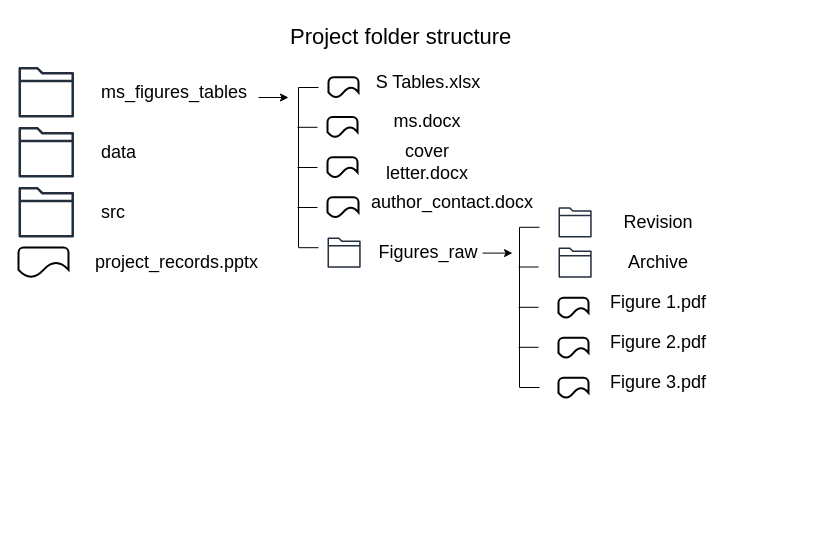
This is Project_structure_LQ.drawio from liqingbioinfo/Presentations_Public, a draw.io file, before an edit. Source tidied: cells renumbered, new cells numbered last; positions are measured from the earlier drawing's top-left corner, leaving out a move shared by most shapes. Both pictures are drawn from the tidied source at 100%, with x=0, y=0 at pixel (18, 17).
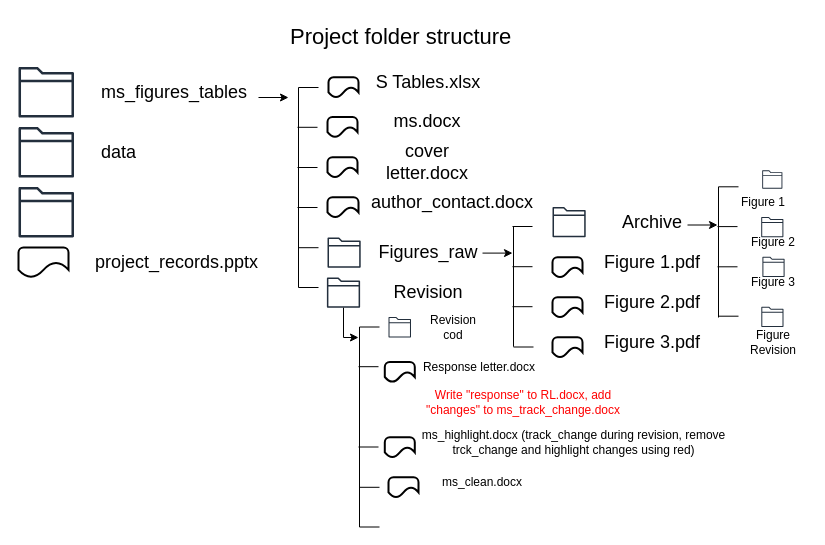
Above is the later version.

Diff of the diagram source:
```diff
@@
-    <mxCell id="10" value="&lt;span style=&quot;font-size: 18px;&quot;&gt;src&lt;/span&gt;" style="text;html=1;whiteSpace=wrap;strokeColor=none;fillColor=none;align=left;verticalAlign=middle;rounded=0;" parent="1" vertex="1">
-      <mxGeometry x="81" y="179.8" width="150" height="30" as="geometry" />
-    </mxCell>
@@
     <mxCell id="13" style="endArrow=none;html=1;rounded=0;entryX=0.28;entryY=1.25;entryDx=0;entryDy=0;entryPerimeter=0;" parent="1" edge="1">
       <mxGeometry relative="1" as="geometry">
-        <mxPoint x="280" y="230" as="sourcePoint" />
+        <mxPoint x="280" y="270" as="sourcePoint" />
         <mxPoint x="280" y="70" as="targetPoint" />
       </mxGeometry>
     </mxCell>
@@
-    <mxCell id="29" style="endArrow=none;html=1;rounded=0;entryX=0.28;entryY=1.25;entryDx=0;entryDy=0;entryPerimeter=0;" parent="1" edge="1">
+    <mxCell id="29" style="endArrow=none;html=1;rounded=0;" parent="1" edge="1">
       <mxGeometry relative="1" as="geometry">
-        <mxPoint x="501" y="369.8" as="sourcePoint" />
-        <mxPoint x="501" y="209.8" as="targetPoint" />
+        <mxPoint x="495" y="329.2" as="sourcePoint" />
+        <mxPoint x="495" y="209.5" as="targetPoint" />
       </mxGeometry>
     </mxCell>
-    <mxCell id="30" style="endArrow=none;html=1;rounded=0;" parent="1" edge="1">
-      <mxGeometry relative="1" as="geometry">
-        <mxPoint x="501" y="209.8" as="sourcePoint" />
-        <mxPoint x="521" y="209.8" as="targetPoint" />
-      </mxGeometry>
-    </mxCell>
     <mxCell id="31" style="endArrow=none;html=1;rounded=0;" parent="1" edge="1">
       <mxGeometry relative="1" as="geometry">
-        <mxPoint x="500" y="249.5" as="sourcePoint" />
-        <mxPoint x="520" y="249.5" as="targetPoint" />
+        <mxPoint x="494" y="209" as="sourcePoint" />
+        <mxPoint x="514" y="209" as="targetPoint" />
       </mxGeometry>
     </mxCell>
     <mxCell id="32" style="endArrow=none;html=1;rounded=0;" parent="1" edge="1">
       <mxGeometry relative="1" as="geometry">
-        <mxPoint x="500" y="289.8" as="sourcePoint" />
-        <mxPoint x="520" y="289.8" as="targetPoint" />
+        <mxPoint x="494" y="249.2" as="sourcePoint" />
+        <mxPoint x="514" y="249.2" as="targetPoint" />
       </mxGeometry>
     </mxCell>
     <mxCell id="33" style="endArrow=none;html=1;rounded=0;" parent="1" edge="1">
       <mxGeometry relative="1" as="geometry">
-        <mxPoint x="500" y="329.8" as="sourcePoint" />
-        <mxPoint x="520" y="329.8" as="targetPoint" />
+        <mxPoint x="494" y="289.2" as="sourcePoint" />
+        <mxPoint x="514" y="289.2" as="targetPoint" />
       </mxGeometry>
     </mxCell>
     <mxCell id="34" style="endArrow=none;html=1;rounded=0;" parent="1" edge="1">
       <mxGeometry relative="1" as="geometry">
-        <mxPoint x="501" y="370" as="sourcePoint" />
-        <mxPoint x="521" y="370" as="targetPoint" />
+        <mxPoint x="495" y="329.5" as="sourcePoint" />
+        <mxPoint x="515" y="329.5" as="targetPoint" />
       </mxGeometry>
     </mxCell>
@@
-    <mxCell id="36" style="sketch=0;fontColor=#232F3E;gradientColor=none;fillColor=#232F3D;strokeColor=none;dashed=0;verticalLabelPosition=bottom;verticalAlign=top;align=center;html=1;fontSize=12;fontStyle=0;shape=mxgraph.aws4.folder;" parent="1" vertex="1">
-      <mxGeometry x="540" y="189.8" width="33.2" height="30.2" as="geometry" />
-    </mxCell>
-    <mxCell id="37" value="&lt;span style=&quot;font-size: 18px;&quot;&gt;Revision&lt;/span&gt;" style="text;html=1;whiteSpace=wrap;strokeColor=none;fillColor=none;align=center;verticalAlign=middle;rounded=0;" parent="1" vertex="1">
-      <mxGeometry x="580" y="190" width="120" height="30" as="geometry" />
-    </mxCell>
     <mxCell id="38" style="sketch=0;fontColor=#232F3E;gradientColor=none;fillColor=#232F3D;strokeColor=none;dashed=0;verticalLabelPosition=bottom;verticalAlign=top;align=center;html=1;fontSize=12;fontStyle=0;shape=mxgraph.aws4.folder;" parent="1" vertex="1">
-      <mxGeometry x="540" y="230" width="33.2" height="30.2" as="geometry" />
+      <mxGeometry x="534" y="189.5" width="33.2" height="30.2" as="geometry" />
     </mxCell>
     <mxCell id="39" value="&lt;span style=&quot;font-size: 18px;&quot;&gt;Archive&lt;/span&gt;" style="text;html=1;whiteSpace=wrap;strokeColor=none;fillColor=none;align=center;verticalAlign=middle;rounded=0;" parent="1" vertex="1">
-      <mxGeometry x="580" y="230.2" width="120" height="30" as="geometry" />
+      <mxGeometry x="574" y="189.8" width="120" height="30" as="geometry" />
     </mxCell>
     <mxCell id="40" style="strokeWidth=2;html=1;shape=mxgraph.flowchart.document2;whiteSpace=wrap;size=0.5052070617675781;" parent="1" vertex="1">
-      <mxGeometry x="540" y="280.2" width="30" height="20.2" as="geometry" />
+      <mxGeometry x="534" y="239.8" width="30" height="20.2" as="geometry" />
     </mxCell>
     <mxCell id="41" value="&lt;span style=&quot;font-size: 18px;&quot;&gt;Figure 1.pdf&lt;/span&gt;" style="text;html=1;whiteSpace=wrap;strokeColor=none;fillColor=none;align=center;verticalAlign=middle;rounded=0;" parent="1" vertex="1">
-      <mxGeometry x="580" y="270" width="120" height="30" as="geometry" />
+      <mxGeometry x="574" y="229.5" width="120" height="30" as="geometry" />
     </mxCell>
     <mxCell id="42" style="strokeWidth=2;html=1;shape=mxgraph.flowchart.document2;whiteSpace=wrap;size=0.5052070617675781;" parent="1" vertex="1">
-      <mxGeometry x="540" y="320.2" width="30" height="20.2" as="geometry" />
+      <mxGeometry x="534" y="279.8" width="30" height="20.2" as="geometry" />
     </mxCell>
     <mxCell id="43" value="&lt;span style=&quot;font-size: 18px; caret-color: rgba(0, 0, 0, 0);&quot;&gt;Figure 2.pdf&lt;/span&gt;" style="text;html=1;whiteSpace=wrap;strokeColor=none;fillColor=none;align=center;verticalAlign=middle;rounded=0;" parent="1" vertex="1">
-      <mxGeometry x="580" y="310" width="120" height="30" as="geometry" />
+      <mxGeometry x="574" y="269.5" width="120" height="30" as="geometry" />
     </mxCell>
     <mxCell id="44" style="strokeWidth=2;html=1;shape=mxgraph.flowchart.document2;whiteSpace=wrap;size=0.5052070617675781;" parent="1" vertex="1">
-      <mxGeometry x="540" y="360.2" width="30" height="20.2" as="geometry" />
+      <mxGeometry x="534" y="319.8" width="30" height="20.2" as="geometry" />
     </mxCell>
     <mxCell id="45" value="&lt;span style=&quot;font-size: 18px; caret-color: rgba(0, 0, 0, 0);&quot;&gt;Figure 3.pdf&lt;/span&gt;" style="text;html=1;whiteSpace=wrap;strokeColor=none;fillColor=none;align=center;verticalAlign=middle;rounded=0;" parent="1" vertex="1">
-      <mxGeometry x="580" y="350" width="120" height="30" as="geometry" />
+      <mxGeometry x="574" y="309.5" width="120" height="30" as="geometry" />
     </mxCell>
+    <mxCell id="46" style="endArrow=none;html=1;rounded=0;entryX=0.28;entryY=1.25;entryDx=0;entryDy=0;entryPerimeter=0;" parent="1" edge="1">
+      <mxGeometry relative="1" as="geometry">
+        <mxPoint x="700" y="300" as="sourcePoint" />
+        <mxPoint x="700" y="169.3" as="targetPoint" />
+      </mxGeometry>
+    </mxCell>
+    <mxCell id="47" style="endArrow=none;html=1;rounded=0;" parent="1" edge="1">
+      <mxGeometry relative="1" as="geometry">
+        <mxPoint x="700" y="169.3" as="sourcePoint" />
+        <mxPoint x="720" y="169.3" as="targetPoint" />
+      </mxGeometry>
+    </mxCell>
+    <mxCell id="48" style="endArrow=none;html=1;rounded=0;" parent="1" edge="1">
+      <mxGeometry relative="1" as="geometry">
+        <mxPoint x="699" y="209.1" as="sourcePoint" />
+        <mxPoint x="719" y="209.1" as="targetPoint" />
+      </mxGeometry>
+    </mxCell>
+    <mxCell id="49" style="endArrow=none;html=1;rounded=0;" parent="1" edge="1">
+      <mxGeometry relative="1" as="geometry">
+        <mxPoint x="699" y="249.3" as="sourcePoint" />
+        <mxPoint x="719" y="249.3" as="targetPoint" />
+      </mxGeometry>
+    </mxCell>
+    <mxCell id="50" style="endArrow=classic;html=1;rounded=0;" parent="1" edge="1">
+      <mxGeometry relative="1" as="geometry">
+        <mxPoint x="669" y="207.5" as="sourcePoint" />
+        <mxPoint x="699" y="207.5" as="targetPoint" />
+      </mxGeometry>
+    </mxCell>
+    <mxCell id="51" style="sketch=0;fontColor=#232F3E;gradientColor=none;fillColor=#232F3D;strokeColor=none;dashed=0;verticalLabelPosition=bottom;verticalAlign=top;align=center;html=1;fontSize=12;fontStyle=0;shape=mxgraph.aws4.folder;direction=south;rotation=-90;" parent="1" vertex="1">
+      <mxGeometry x="744.6" y="151.9" width="18.4" height="20.2" as="geometry" />
+    </mxCell>
+    <mxCell id="52" style="sketch=0;fontColor=#232F3E;gradientColor=none;fillColor=#232F3D;strokeColor=none;dashed=0;verticalLabelPosition=bottom;verticalAlign=top;align=center;html=1;fontSize=12;fontStyle=0;shape=mxgraph.aws4.folder;" parent="1" vertex="1">
+      <mxGeometry x="742.7" y="199.5" width="22.2" height="20.2" as="geometry" />
+    </mxCell>
+    <mxCell id="53" style="sketch=0;fontColor=#232F3E;gradientColor=none;fillColor=#232F3D;strokeColor=none;dashed=0;verticalLabelPosition=bottom;verticalAlign=top;align=center;html=1;fontSize=12;fontStyle=0;shape=mxgraph.aws4.folder;" parent="1" vertex="1">
+      <mxGeometry x="743.9" y="239.2" width="22.2" height="20.2" as="geometry" />
+    </mxCell>
+    <mxCell id="54" value="&lt;font&gt;Figure 1&lt;/font&gt;" style="text;html=1;whiteSpace=wrap;strokeColor=none;fillColor=none;align=center;verticalAlign=middle;rounded=0;" parent="1" vertex="1">
+      <mxGeometry x="710" y="179.5" width="70" height="10" as="geometry" />
+    </mxCell>
+    <mxCell id="55" value="&lt;font&gt;Figure 2&lt;/font&gt;" style="text;html=1;whiteSpace=wrap;strokeColor=none;fillColor=none;align=center;verticalAlign=middle;rounded=0;" parent="1" vertex="1">
+      <mxGeometry x="720" y="219.8" width="70" height="10" as="geometry" />
+    </mxCell>
+    <mxCell id="56" value="&lt;font&gt;Figure 3&lt;/font&gt;" style="text;html=1;whiteSpace=wrap;strokeColor=none;fillColor=none;align=center;verticalAlign=middle;rounded=0;" parent="1" vertex="1">
+      <mxGeometry x="720" y="260" width="70" height="10" as="geometry" />
+    </mxCell>
+    <mxCell id="57" style="endArrow=none;html=1;rounded=0;" parent="1" edge="1">
+      <mxGeometry relative="1" as="geometry">
+        <mxPoint x="280" y="270" as="sourcePoint" />
+        <mxPoint x="300" y="270" as="targetPoint" />
+      </mxGeometry>
+    </mxCell>
+    <mxCell id="58" style="sketch=0;outlineConnect=0;fontColor=#232F3E;gradientColor=none;fillColor=#232F3D;strokeColor=none;dashed=0;verticalLabelPosition=bottom;verticalAlign=top;align=center;html=1;fontSize=12;fontStyle=0;shape=mxgraph.aws4.folder;" parent="1" vertex="1">
+      <mxGeometry x="308.4" y="260" width="33.2" height="30.2" as="geometry" />
+    </mxCell>
+    <mxCell id="37" value="&lt;span style=&quot;font-size: 18px;&quot;&gt;Revision&lt;/span&gt;" style="text;html=1;whiteSpace=wrap;strokeColor=none;fillColor=none;align=center;verticalAlign=middle;rounded=0;" parent="1" vertex="1">
+      <mxGeometry x="350" y="260.2" width="120" height="30" as="geometry" />
+    </mxCell>
+    <mxCell id="59" style="endArrow=none;html=1;rounded=0;entryX=0.28;entryY=1.25;entryDx=0;entryDy=0;entryPerimeter=0;" parent="1" edge="1">
+      <mxGeometry relative="1" as="geometry">
+        <mxPoint x="341" y="509.5" as="sourcePoint" />
+        <mxPoint x="341" y="309.5" as="targetPoint" />
+      </mxGeometry>
+    </mxCell>
+    <mxCell id="60" style="endArrow=none;html=1;rounded=0;" parent="1" edge="1">
+      <mxGeometry relative="1" as="geometry">
+        <mxPoint x="341" y="309.5" as="sourcePoint" />
+        <mxPoint x="361" y="309.5" as="targetPoint" />
+      </mxGeometry>
+    </mxCell>
+    <mxCell id="61" style="endArrow=none;html=1;rounded=0;" parent="1" edge="1">
+      <mxGeometry relative="1" as="geometry">
+        <mxPoint x="340" y="349.2" as="sourcePoint" />
+        <mxPoint x="360" y="349.2" as="targetPoint" />
+      </mxGeometry>
+    </mxCell>
+    <mxCell id="62" style="endArrow=none;html=1;rounded=0;" parent="1" edge="1">
+      <mxGeometry relative="1" as="geometry">
+        <mxPoint x="340" y="429.5" as="sourcePoint" />
+        <mxPoint x="360" y="429.5" as="targetPoint" />
+      </mxGeometry>
+    </mxCell>
+    <mxCell id="63" style="endArrow=none;html=1;rounded=0;" parent="1" edge="1">
+      <mxGeometry relative="1" as="geometry">
+        <mxPoint x="341" y="469.8" as="sourcePoint" />
+        <mxPoint x="361" y="469.8" as="targetPoint" />
+      </mxGeometry>
+    </mxCell>
+    <mxCell id="64" style="endArrow=none;html=1;rounded=0;" parent="1" edge="1">
+      <mxGeometry relative="1" as="geometry">
+        <mxPoint x="341" y="509.5" as="sourcePoint" />
+        <mxPoint x="361" y="509.5" as="targetPoint" />
+      </mxGeometry>
+    </mxCell>
+    <mxCell id="65" style="endArrow=classic;html=1;rounded=0;" parent="1" edge="1" source="58">
+      <mxGeometry relative="1" as="geometry">
+        <mxPoint x="340" y="320" as="targetPoint" />
+        <Array as="points">
+          <mxPoint x="325" y="320" />
+        </Array>
+      </mxGeometry>
+    </mxCell>
+    <mxCell id="66" style="sketch=0;fontColor=#232F3E;gradientColor=none;fillColor=#232F3D;strokeColor=none;dashed=0;verticalLabelPosition=bottom;verticalAlign=top;align=center;html=1;fontSize=12;fontStyle=0;shape=mxgraph.aws4.folder;" parent="1" vertex="1">
+      <mxGeometry x="370" y="299.5" width="22.5" height="20.5" as="geometry" />
+    </mxCell>
+    <mxCell id="67" value="&lt;font&gt;Revision cod&lt;/font&gt;" style="text;html=1;whiteSpace=wrap;strokeColor=none;fillColor=none;align=center;verticalAlign=middle;rounded=0;" parent="1" vertex="1">
+      <mxGeometry x="400.6" y="300" width="68.4" height="20.2" as="geometry" />
+    </mxCell>
+    <mxCell id="68" style="strokeWidth=2;html=1;shape=mxgraph.flowchart.document2;whiteSpace=wrap;size=0.5052070617675781;" parent="1" vertex="1">
+      <mxGeometry x="366.3" y="344.4" width="30" height="20.2" as="geometry" />
+    </mxCell>
+    <mxCell id="69" value="&lt;font&gt;Response letter.docx&lt;/font&gt;" style="text;html=1;whiteSpace=wrap;strokeColor=none;fillColor=none;align=center;verticalAlign=middle;rounded=0;" parent="1" vertex="1">
+      <mxGeometry x="400.6" y="334.6" width="120" height="30" as="geometry" />
+    </mxCell>
+    <mxCell id="70" style="strokeWidth=2;html=1;shape=mxgraph.flowchart.document2;whiteSpace=wrap;size=0.5052070617675781;" parent="1" vertex="1">
+      <mxGeometry x="366.3" y="419.8" width="30" height="20.2" as="geometry" />
+    </mxCell>
+    <mxCell id="71" value="ms_highlight.docx (track_change during revision, remove trck_change and highlight changes using red)" style="text;html=1;whiteSpace=wrap;strokeColor=none;fillColor=none;align=center;verticalAlign=middle;rounded=0;" parent="1" vertex="1">
+      <mxGeometry x="400.6" y="410" width="309.4" height="30" as="geometry" />
+    </mxCell>
+    <mxCell id="72" value="&lt;font style=&quot;color: rgb(255, 0, 0);&quot;&gt;Write &quot;response&quot; to RL.docx, add &quot;changes&quot; to ms_track_change.docx&lt;/font&gt;" style="text;html=1;whiteSpace=wrap;strokeColor=none;fillColor=none;align=center;verticalAlign=middle;rounded=0;" parent="1" vertex="1">
+      <mxGeometry x="400" y="370" width="210" height="30" as="geometry" />
+    </mxCell>
+    <mxCell id="73" style="strokeWidth=2;html=1;shape=mxgraph.flowchart.document2;whiteSpace=wrap;size=0.5052070617675781;" parent="1" vertex="1">
+      <mxGeometry x="370" y="459.8" width="30" height="20.2" as="geometry" />
+    </mxCell>
+    <mxCell id="74" value="ms_clean.docx" style="text;html=1;whiteSpace=wrap;strokeColor=none;fillColor=none;align=center;verticalAlign=middle;rounded=0;" parent="1" vertex="1">
+      <mxGeometry x="404.4" y="450" width="120" height="30" as="geometry" />
+    </mxCell>
+    <mxCell id="75" style="endArrow=none;html=1;rounded=0;" parent="1" edge="1">
+      <mxGeometry relative="1" as="geometry">
+        <mxPoint x="700" y="298.7" as="sourcePoint" />
+        <mxPoint x="720" y="298.7" as="targetPoint" />
+      </mxGeometry>
+    </mxCell>
+    <mxCell id="76" style="sketch=0;fontColor=#232F3E;gradientColor=none;fillColor=#232F3D;strokeColor=none;dashed=0;verticalLabelPosition=bottom;verticalAlign=top;align=center;html=1;fontSize=12;fontStyle=0;shape=mxgraph.aws4.folder;" parent="1" vertex="1">
+      <mxGeometry x="742.8" y="289.2" width="22.2" height="20.2" as="geometry" />
+    </mxCell>
+    <mxCell id="77" value="&lt;font&gt;Figure Revision&lt;/font&gt;" style="text;html=1;whiteSpace=wrap;strokeColor=none;fillColor=none;align=center;verticalAlign=middle;rounded=0;" parent="1" vertex="1">
+      <mxGeometry x="720" y="319.5" width="70" height="10" as="geometry" />
+    </mxCell>
```
